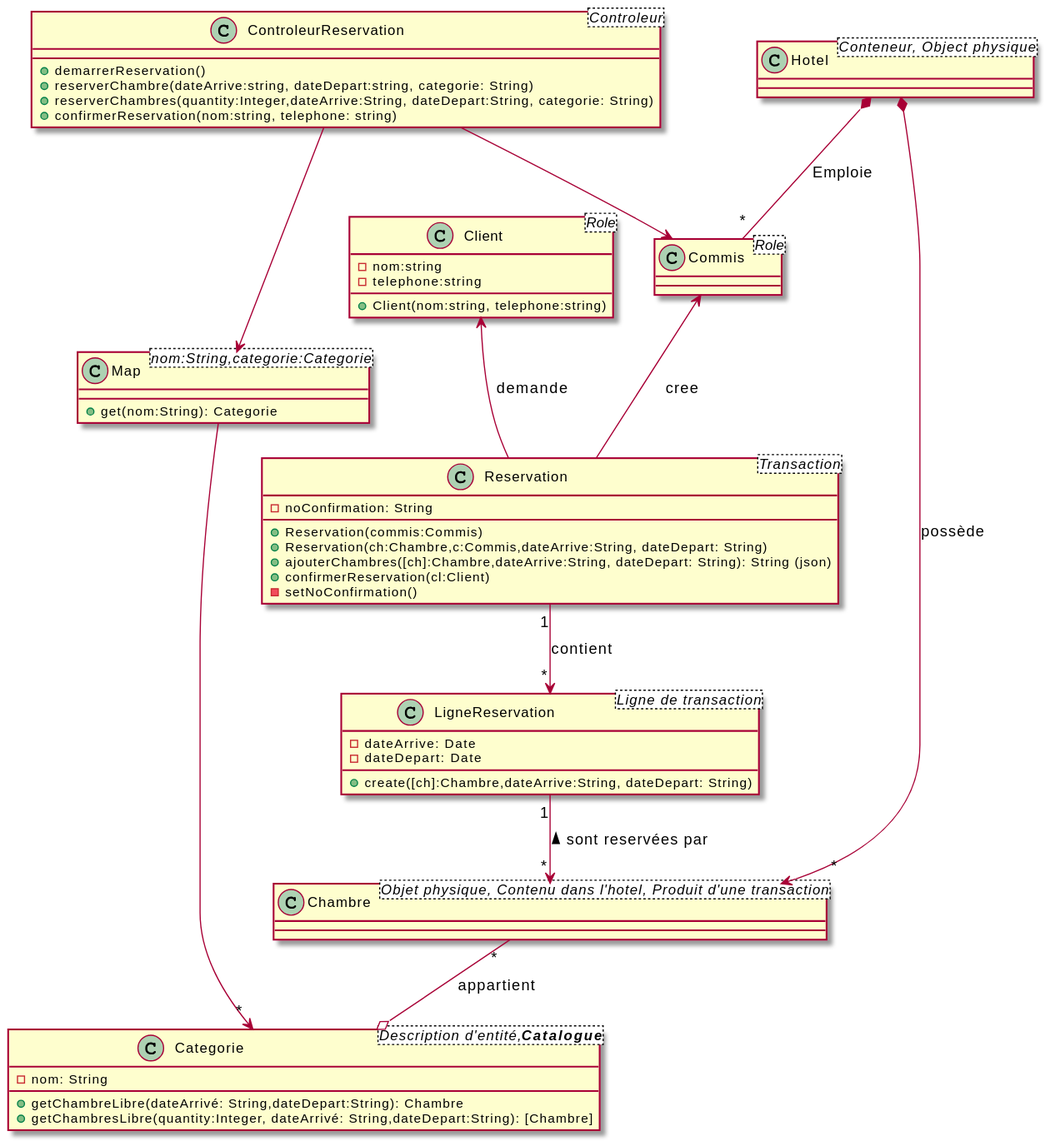
Earlier version of the PlantUML export ACOO/01-application-gestion-hoteliere-solution-V2/CU02-DCL-Diagramme de classe.svg (yvanross/LOG210-exercices).
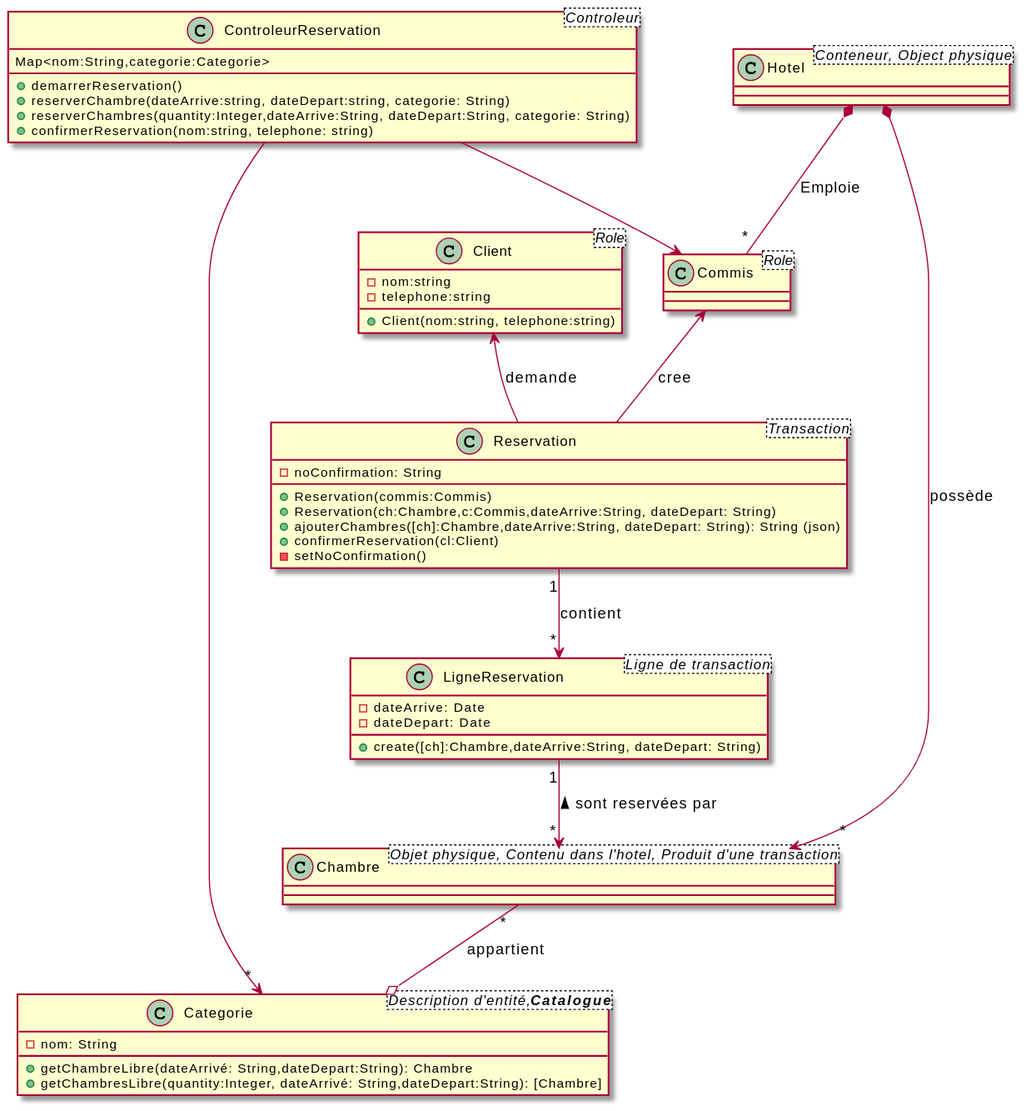
After the commit.

The edit, as a diff of the source:
```diff
@@ -1,12 +1,10 @@
 @startuml
 class ControleurReservation<Controleur>{
+  Map<nom:String,categorie:Categorie>
   +demarrerReservation()
   +reserverChambre(dateArrive:string, dateDepart:string, categorie: String)
   +reserverChambres(quantity:Integer,dateArrive:String, dateDepart:String, categorie: String)
   +confirmerReservation(nom:string, telephone: string)
-}
-class "Map<nom:String,categorie:Categorie>" as MC {
-  +get(nom:String): Categorie
 }
 
 class Hotel <Conteneur, Object physique>
@@ -45,7 +43,6 @@
 Hotel  *-- "*" Commis : Emploie
 Reservation "1" --> "*" LigneReservation: contient
 LigneReservation "1" --> "*" Chambre : sont reservées par <
-ControleurReservation --> MC
 ControleurReservation --> Commis
-MC --> "*" Categorie
+ControleurReservation --> "*" Categorie
 @enduml
```
